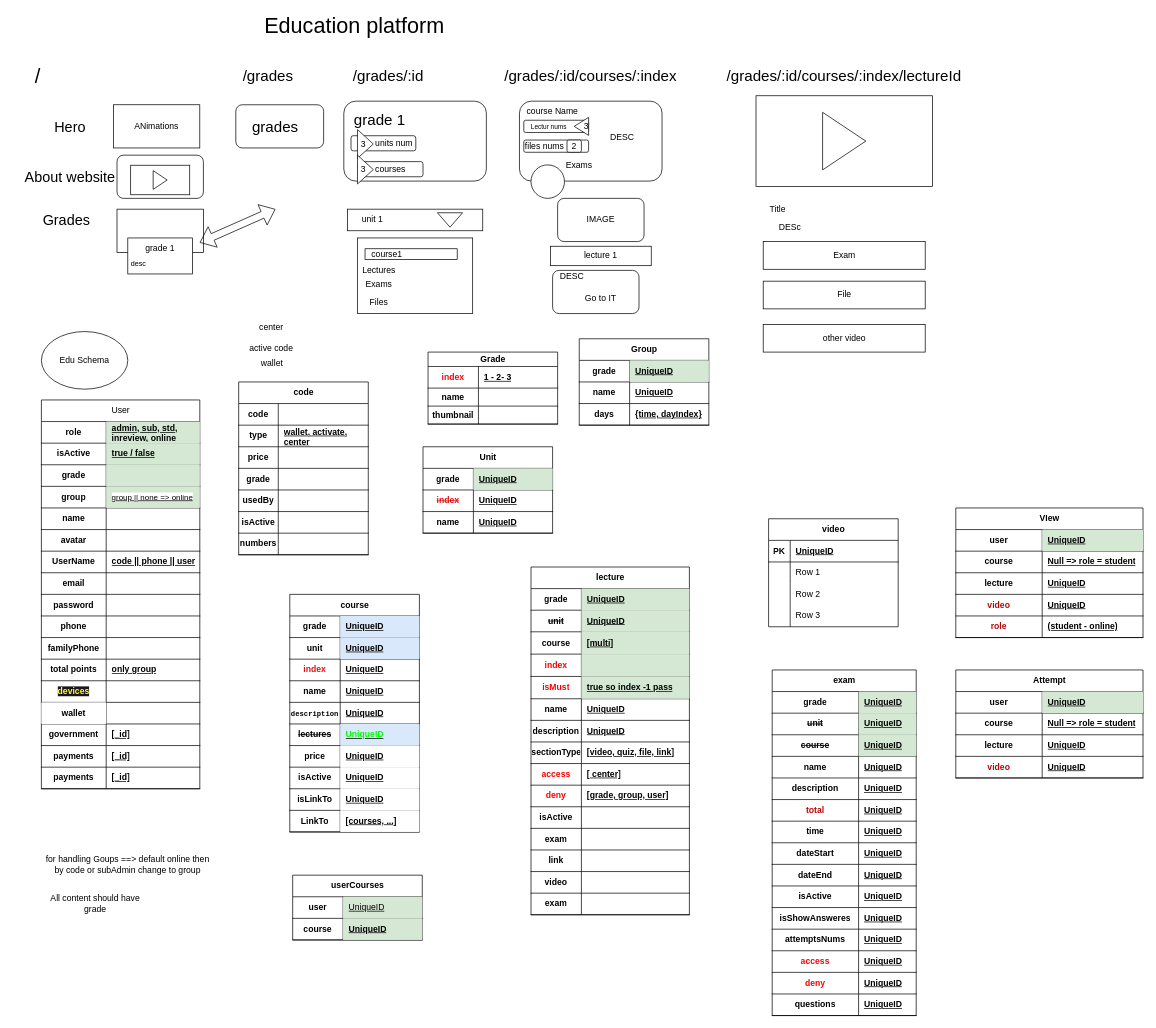
elbeltagyy/elbeltagy-front keeps this draw.io diagram as public/Untitled Diagram.drawio. Above is the earlier version. Source tidied: cells renumbered, new cells numbered last; positions are measured from the earlier drawing's top-left corner, leaving out a move shared by most shapes. Both pictures are drawn from the tidied source at 72%, with x=0, y=0 at pixel (12, 14).
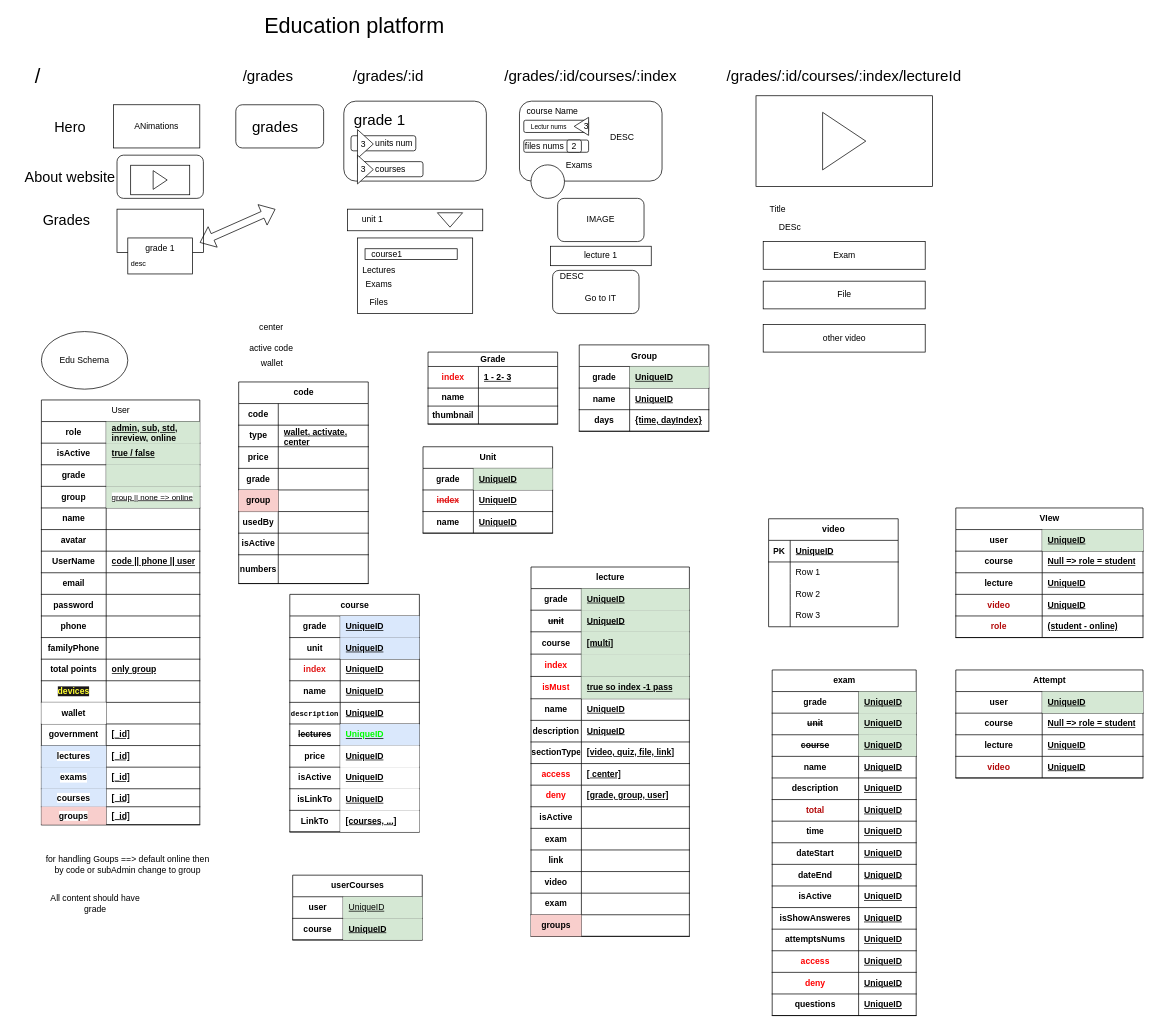
The same page after the edit.

Unchanged cells that the change refers to:
```xml
<mxCell id="300" style="shape=tableRow;horizontal=0;startSize=0;swimlaneHead=0;swimlaneBody=0;fillColor=none;top=0;left=0;right=0;bottom=1;" parent="254" vertex="1">
  <mxGeometry y="480" width="220" height="30" as="geometry" />
</mxCell>
<mxCell id="303" style="shape=tableRow;horizontal=0;startSize=0;swimlaneHead=0;swimlaneBody=0;fillColor=none;top=0;left=0;right=0;bottom=1;" parent="254" vertex="1">
  <mxGeometry y="510" width="220" height="30" as="geometry" />
</mxCell>
```

What changed in the source:
```diff
@@
     <mxCell id="108" value="lecture" style="shape=table;startSize=30;childLayout=tableLayout;rowLines=0;fontStyle=1;align=center;html=1;" parent="1" vertex="1">
-      <mxGeometry x="720" y="767" width="220" height="483" as="geometry" />
+      <mxGeometry x="720" y="767" width="220" height="513" as="geometry" />
     </mxCell>
@@
+    <mxCell id="348" style="shape=tableRow;horizontal=0;startSize=0;swimlaneHead=0;swimlaneBody=0;fillColor=none;top=0;left=0;right=0;bottom=1;" parent="108" vertex="1">
+      <mxGeometry y="483" width="220" height="30" as="geometry" />
+    </mxCell>
+    <mxCell id="349" value="groups" style="shape=partialRectangle;fillColor=#f8cecc;top=0;left=0;bottom=0;right=0;fontStyle=1;overflow=hidden;whiteSpace=wrap;html=1;strokeColor=#b85450;" parent="348" vertex="1">
+      <mxGeometry width="70" height="30" as="geometry" />
+    </mxCell>
+    <mxCell id="350" style="shape=partialRectangle;fillColor=none;top=0;left=0;bottom=0;right=0;align=left;spacingLeft=6;fontStyle=5;overflow=hidden;whiteSpace=wrap;html=1;" parent="348" vertex="1">
+      <mxGeometry x="70" width="150" height="30" as="geometry" />
+    </mxCell>
@@
     <mxCell id="210" value="Group" style="shape=table;startSize=30;childLayout=tableLayout;rowLines=0;fontStyle=1;align=center;html=1;" parent="1" vertex="1">
-      <mxGeometry x="787" y="450" width="180" height="120" as="geometry" />
+      <mxGeometry x="787" y="458.5" width="180" height="120" as="geometry" />
     </mxCell>
@@
     <mxCell id="220" value="code" style="shape=table;startSize=30;childLayout=tableLayout;rowLines=0;fontStyle=1;align=center;html=1;" parent="1" vertex="1">
-      <mxGeometry x="314" y="510" width="180" height="240" as="geometry" />
+      <mxGeometry x="314" y="510" width="180" height="280" as="geometry" />
     </mxCell>
@@
+    <mxCell id="351" style="shape=tableRow;horizontal=0;startSize=0;swimlaneHead=0;swimlaneBody=0;fillColor=none;top=0;left=0;right=0;bottom=1;" parent="220" vertex="1">
+      <mxGeometry y="150" width="180" height="30" as="geometry" />
+    </mxCell>
+    <mxCell id="352" value="group" style="shape=partialRectangle;fillColor=#f8cecc;top=0;left=0;bottom=0;right=0;fontStyle=1;overflow=hidden;whiteSpace=wrap;html=1;strokeColor=#b85450;" parent="351" vertex="1">
+      <mxGeometry width="55" height="30" as="geometry" />
+    </mxCell>
+    <mxCell id="353" style="shape=partialRectangle;fillColor=none;top=0;left=0;bottom=0;right=0;align=left;spacingLeft=6;fontStyle=5;overflow=hidden;whiteSpace=wrap;html=1;" parent="351" vertex="1">
+      <mxGeometry x="55" width="125" height="30" as="geometry" />
+    </mxCell>
     <mxCell id="233" style="shape=tableRow;horizontal=0;startSize=0;swimlaneHead=0;swimlaneBody=0;fillColor=none;top=0;left=0;right=0;bottom=1;" parent="220" vertex="1">
-      <mxGeometry y="150" width="180" height="30" as="geometry" />
+      <mxGeometry y="180" width="180" height="30" as="geometry" />
     </mxCell>
@@
     <mxCell id="236" style="shape=tableRow;horizontal=0;startSize=0;swimlaneHead=0;swimlaneBody=0;fillColor=none;top=0;left=0;right=0;bottom=1;" parent="220" vertex="1">
-      <mxGeometry y="180" width="180" height="30" as="geometry" />
+      <mxGeometry y="210" width="180" height="30" as="geometry" />
     </mxCell>
@@
     <mxCell id="239" style="shape=tableRow;horizontal=0;startSize=0;swimlaneHead=0;swimlaneBody=0;fillColor=none;top=0;left=0;right=0;bottom=1;" parent="220" vertex="1">
-      <mxGeometry y="210" width="180" height="30" as="geometry" />
+      <mxGeometry y="240" width="180" height="40" as="geometry" />
     </mxCell>
     <mxCell id="240" value="numbers" style="shape=partialRectangle;fillColor=none;top=0;left=0;bottom=0;right=0;fontStyle=1;overflow=hidden;whiteSpace=wrap;html=1;" parent="239" vertex="1">
-      <mxGeometry width="55" height="30" as="geometry" />
+      <mxGeometry width="55" height="40" as="geometry" />
     </mxCell>
     <mxCell id="241" style="shape=partialRectangle;fillColor=none;top=0;left=0;bottom=0;right=0;align=left;spacingLeft=6;fontStyle=5;overflow=hidden;whiteSpace=wrap;html=1;" parent="239" vertex="1">
-      <mxGeometry x="55" width="125" height="30" as="geometry" />
+      <mxGeometry x="55" width="125" height="40" as="geometry" />
     </mxCell>
@@
     <mxCell id="254" value="User" style="shape=table;startSize=30;childLayout=tableLayout;rowLines=0;align=center;html=1;arcSize=10;verticalAlign=middle;" parent="1" vertex="1">
-      <mxGeometry x="40" y="535" width="220" height="540" as="geometry" />
+      <mxGeometry x="40" y="535" width="220" height="590" as="geometry" />
     </mxCell>
@@
-    <mxCell id="301" value="&lt;span style=&quot;background-color: rgb(255, 255, 255);&quot;&gt;payments&lt;/span&gt;" style="shape=partialRectangle;fillColor=none;top=0;left=0;bottom=0;right=0;fontStyle=1;overflow=hidden;whiteSpace=wrap;html=1;" parent="300" vertex="1">
+    <mxCell id="301" value="&lt;span style=&quot;background-color: rgb(255, 255, 255);&quot;&gt;lectures&lt;/span&gt;" style="shape=partialRectangle;fillColor=#dae8fc;top=0;left=0;bottom=0;right=0;fontStyle=1;overflow=hidden;whiteSpace=wrap;html=1;strokeColor=#6c8ebf;" parent="300" vertex="1">
       <mxGeometry width="90" height="30" as="geometry" />
     </mxCell>
@@
-    <mxCell id="304" value="&lt;span style=&quot;background-color: rgb(255, 255, 255);&quot;&gt;payments&lt;/span&gt;" style="shape=partialRectangle;fillColor=none;top=0;left=0;bottom=0;right=0;fontStyle=1;overflow=hidden;whiteSpace=wrap;html=1;" parent="303" vertex="1">
+    <mxCell id="304" value="&lt;span style=&quot;background-color: rgb(255, 255, 255);&quot;&gt;exams&lt;/span&gt;" style="shape=partialRectangle;fillColor=#dae8fc;top=0;left=0;bottom=0;right=0;fontStyle=1;overflow=hidden;whiteSpace=wrap;html=1;strokeColor=#6c8ebf;" parent="303" vertex="1">
       <mxGeometry width="90" height="30" as="geometry" />
     </mxCell>
@@
+    <mxCell id="354" style="shape=tableRow;horizontal=0;startSize=0;swimlaneHead=0;swimlaneBody=0;fillColor=none;top=0;left=0;right=0;bottom=1;" parent="254" vertex="1">
+      <mxGeometry y="540" width="220" height="25" as="geometry" />
+    </mxCell>
+    <mxCell id="355" value="&lt;span style=&quot;background-color: rgb(255, 255, 255);&quot;&gt;courses&lt;/span&gt;" style="shape=partialRectangle;fillColor=#dae8fc;top=0;left=0;bottom=0;right=0;fontStyle=1;overflow=hidden;whiteSpace=wrap;html=1;strokeColor=#6c8ebf;" parent="354" vertex="1">
+      <mxGeometry width="90" height="25" as="geometry" />
+    </mxCell>
+    <mxCell id="356" value="[_id]" style="shape=partialRectangle;fillColor=none;top=0;left=0;bottom=0;right=0;align=left;spacingLeft=6;fontStyle=5;overflow=hidden;whiteSpace=wrap;html=1;" parent="354" vertex="1">
+      <mxGeometry x="90" width="130" height="25" as="geometry" />
+    </mxCell>
+    <mxCell id="357" style="shape=tableRow;horizontal=0;startSize=0;swimlaneHead=0;swimlaneBody=0;fillColor=none;top=0;left=0;right=0;bottom=1;" parent="254" vertex="1">
+      <mxGeometry y="565" width="220" height="25" as="geometry" />
+    </mxCell>
+    <mxCell id="358" value="&lt;span style=&quot;background-color: rgb(255, 255, 255);&quot;&gt;groups&lt;/span&gt;" style="shape=partialRectangle;fillColor=#f8cecc;top=0;left=0;bottom=0;right=0;fontStyle=1;overflow=hidden;whiteSpace=wrap;html=1;strokeColor=#b85450;" parent="357" vertex="1">
+      <mxGeometry width="90" height="25" as="geometry" />
+    </mxCell>
+    <mxCell id="359" value="[_id]" style="shape=partialRectangle;fillColor=none;top=0;left=0;bottom=0;right=0;align=left;spacingLeft=6;fontStyle=5;overflow=hidden;whiteSpace=wrap;html=1;" parent="357" vertex="1">
+      <mxGeometry x="90" width="130" height="25" as="geometry" />
+    </mxCell>
```
